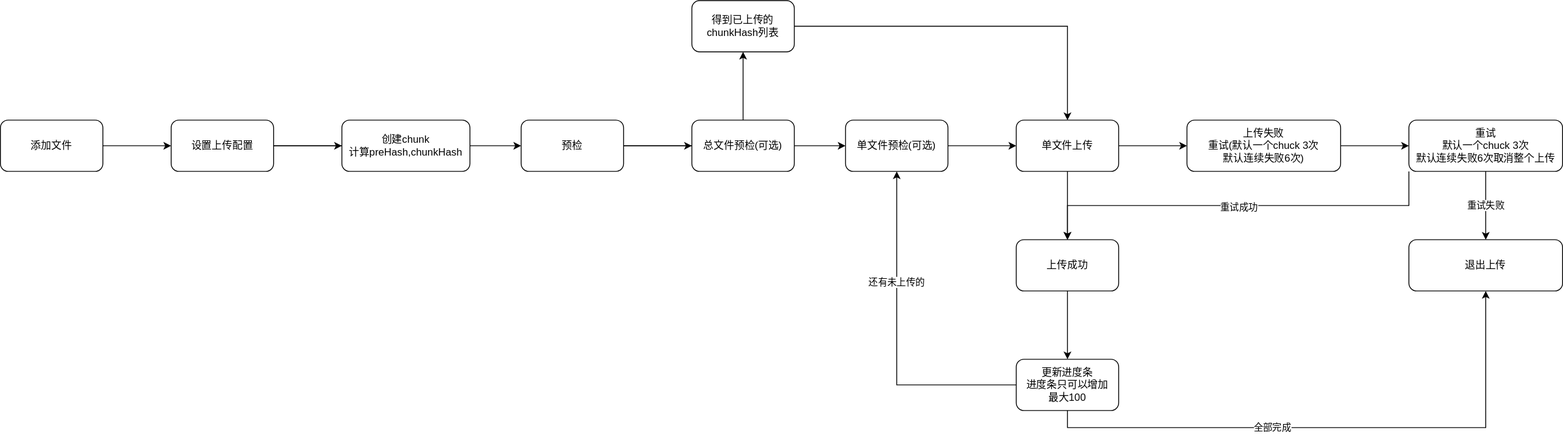
The draw.io diagram 切片上传流程图.drawio.svg in ywenhao/assets, before a commit. Source tidied: cells renumbered, new cells last; positions are measured from the earlier drawing's top-left corner, leaving out a move shared by most shapes. Source of this version:
```xml
<mxGraphModel>
  <root>
    <mxCell id="0" />
    <mxCell id="1" parent="0" />
    <mxCell id="2" style="edgeStyle=orthogonalEdgeStyle;rounded=0;jettySize=auto;html=1;" parent="1" edge="1" source="4" target="5">
      <mxGeometry relative="1" as="geometry" />
    </mxCell>
    <mxCell id="3" style="edgeStyle=orthogonalEdgeStyle;rounded=0;jettySize=auto;html=1;" parent="1" edge="1" source="4" target="8">
      <mxGeometry relative="1" as="geometry" />
    </mxCell>
    <mxCell id="4" value="设置上传配置" style="rounded=1;whiteSpace=wrap;html=1;direction=west;" parent="1" vertex="1">
      <mxGeometry x="200" y="140" width="120" height="60" as="geometry" />
    </mxCell>
    <mxCell id="5" value="创建chunk&lt;br&gt;计算preHash,chunkHash" style="rounded=1;whiteSpace=wrap;html=1;direction=west;" parent="1" vertex="1">
      <mxGeometry x="400" y="140" width="150" height="60" as="geometry" />
    </mxCell>
    <mxCell id="6" style="edgeStyle=orthogonalEdgeStyle;rounded=0;jettySize=auto;html=1;" parent="1" edge="1" source="8" target="10">
      <mxGeometry relative="1" as="geometry">
        <Array as="points">
          <mxPoint x="840" y="170" />
          <mxPoint x="840" y="170" />
        </Array>
      </mxGeometry>
    </mxCell>
    <mxCell id="7" style="edgeStyle=orthogonalEdgeStyle;rounded=0;jettySize=auto;html=1;" parent="1" edge="1" source="8" target="12">
      <mxGeometry relative="1" as="geometry" />
    </mxCell>
    <mxCell id="8" value="预检" style="rounded=1;whiteSpace=wrap;html=1;direction=west;" parent="1" vertex="1">
      <mxGeometry x="610" y="140" width="120" height="60" as="geometry" />
    </mxCell>
    <mxCell id="9" style="edgeStyle=orthogonalEdgeStyle;rounded=0;jettySize=auto;html=1;" parent="1" edge="1" source="10" target="14">
      <mxGeometry relative="1" as="geometry" />
    </mxCell>
    <mxCell id="10" value="总文件预检(可选)" style="rounded=1;whiteSpace=wrap;html=1;direction=west;" parent="1" vertex="1">
      <mxGeometry x="810" y="140" width="120" height="60" as="geometry" />
    </mxCell>
    <mxCell id="11" style="edgeStyle=orthogonalEdgeStyle;rounded=0;jettySize=auto;html=1;" parent="1" edge="1" source="12" target="17">
      <mxGeometry relative="1" as="geometry" />
    </mxCell>
    <mxCell id="12" value="单文件预检(可选)" style="rounded=1;whiteSpace=wrap;html=1;direction=west;" parent="1" vertex="1">
      <mxGeometry x="990" y="140" width="120" height="60" as="geometry" />
    </mxCell>
    <mxCell id="13" style="edgeStyle=orthogonalEdgeStyle;rounded=0;jettySize=auto;html=1;exitX=0;exitY=0.5;exitDx=0;exitDy=0;entryX=0.5;entryY=1;entryDx=0;entryDy=0;" parent="1" edge="1" source="14" target="17">
      <mxGeometry relative="1" as="geometry" />
    </mxCell>
    <mxCell id="14" value="得到已上传的chunkHash列表" style="rounded=1;whiteSpace=wrap;html=1;direction=west;" parent="1" vertex="1">
      <mxGeometry x="810" width="120" height="60" as="geometry" />
    </mxCell>
    <mxCell id="15" style="edgeStyle=orthogonalEdgeStyle;rounded=0;jettySize=auto;html=1;" parent="1" edge="1" source="17" target="19">
      <mxGeometry relative="1" as="geometry" />
    </mxCell>
    <mxCell id="16" style="edgeStyle=orthogonalEdgeStyle;rounded=0;jettySize=auto;html=1;" parent="1" edge="1" source="17" target="25">
      <mxGeometry relative="1" as="geometry" />
    </mxCell>
    <mxCell id="17" value="单文件上传" style="rounded=1;whiteSpace=wrap;html=1;direction=west;" parent="1" vertex="1">
      <mxGeometry x="1190" y="140" width="120" height="60" as="geometry" />
    </mxCell>
    <mxCell id="18" style="edgeStyle=orthogonalEdgeStyle;rounded=0;jettySize=auto;html=1;" parent="1" edge="1" source="19" target="23">
      <mxGeometry relative="1" as="geometry" />
    </mxCell>
    <mxCell id="19" value="上传失败&lt;br&gt;重试(默认一个chuck 3次&lt;br&gt;默认连续失败6次)" style="rounded=1;whiteSpace=wrap;html=1;direction=west;" parent="1" vertex="1">
      <mxGeometry x="1390" y="140" width="180" height="60" as="geometry" />
    </mxCell>
    <mxCell id="20" value="重试失败" style="edgeStyle=orthogonalEdgeStyle;rounded=0;jettySize=auto;html=1;" parent="1" edge="1" source="23" target="26">
      <mxGeometry relative="1" as="geometry" />
    </mxCell>
    <mxCell id="21" style="edgeStyle=orthogonalEdgeStyle;rounded=0;jettySize=auto;html=1;exitX=1;exitY=0;exitDx=0;exitDy=0;" parent="1" edge="1" source="23" target="25">
      <mxGeometry relative="1" as="geometry" />
    </mxCell>
    <mxCell id="22" value="重试成功" style="edgeLabel;html=1;align=center;verticalAlign=middle;" parent="21" vertex="1">
      <mxGeometry x="-0.05" y="1" relative="1" as="geometry">
        <mxPoint x="-13" as="offset" />
      </mxGeometry>
    </mxCell>
    <mxCell id="23" value="重试&lt;br&gt;默认一个chuck 3次&lt;br&gt;默认连续失败6次取消整个上传" style="rounded=1;whiteSpace=wrap;html=1;direction=west;" parent="1" vertex="1">
      <mxGeometry x="1650" y="140" width="180" height="60" as="geometry" />
    </mxCell>
    <mxCell id="24" style="edgeStyle=orthogonalEdgeStyle;rounded=0;jettySize=auto;html=1;" parent="1" edge="1" source="25" target="29">
      <mxGeometry relative="1" as="geometry" />
    </mxCell>
    <mxCell id="25" value="上传成功" style="rounded=1;whiteSpace=wrap;html=1;direction=west;" parent="1" vertex="1">
      <mxGeometry x="1190" y="280" width="120" height="60" as="geometry" />
    </mxCell>
    <mxCell id="26" value="退出上传" style="rounded=1;whiteSpace=wrap;html=1;direction=west;" parent="1" vertex="1">
      <mxGeometry x="1650" y="280" width="180" height="60" as="geometry" />
    </mxCell>
    <mxCell id="27" value="全部完成" style="edgeStyle=orthogonalEdgeStyle;rounded=0;jettySize=auto;html=1;exitX=0.5;exitY=0;exitDx=0;exitDy=0;entryX=0.5;entryY=0;entryDx=0;entryDy=0;" parent="1" edge="1" source="29" target="26">
      <mxGeometry x="-0.22" relative="1" as="geometry" />
    </mxCell>
    <mxCell id="28" value="还有未上传的" style="edgeStyle=orthogonalEdgeStyle;rounded=0;jettySize=auto;html=1;exitX=1;exitY=0.5;exitDx=0;exitDy=0;entryX=0.5;entryY=0;entryDx=0;entryDy=0;" parent="1" edge="1" source="29" target="12">
      <mxGeometry x="0.33" relative="1" as="geometry" />
    </mxCell>
    <mxCell id="29" value="更新进度条&lt;br&gt;进度条只可以增加&lt;br&gt;最大100" style="rounded=1;whiteSpace=wrap;html=1;direction=west;" parent="1" vertex="1">
      <mxGeometry x="1190" y="420" width="120" height="60" as="geometry" />
    </mxCell>
    <mxCell id="30" style="edgeStyle=orthogonalEdgeStyle;rounded=0;jettySize=auto;html=1;exitX=0;exitY=0.5;exitDx=0;exitDy=0;entryX=1;entryY=0.5;entryDx=0;entryDy=0;" parent="1" edge="1" source="31" target="4">
      <mxGeometry relative="1" as="geometry" />
    </mxCell>
    <mxCell id="31" value="添加文件" style="rounded=1;whiteSpace=wrap;html=1;direction=west;" parent="1" vertex="1">
      <mxGeometry y="140" width="120" height="60" as="geometry" />
    </mxCell>
  </root>
</mxGraphModel>
```
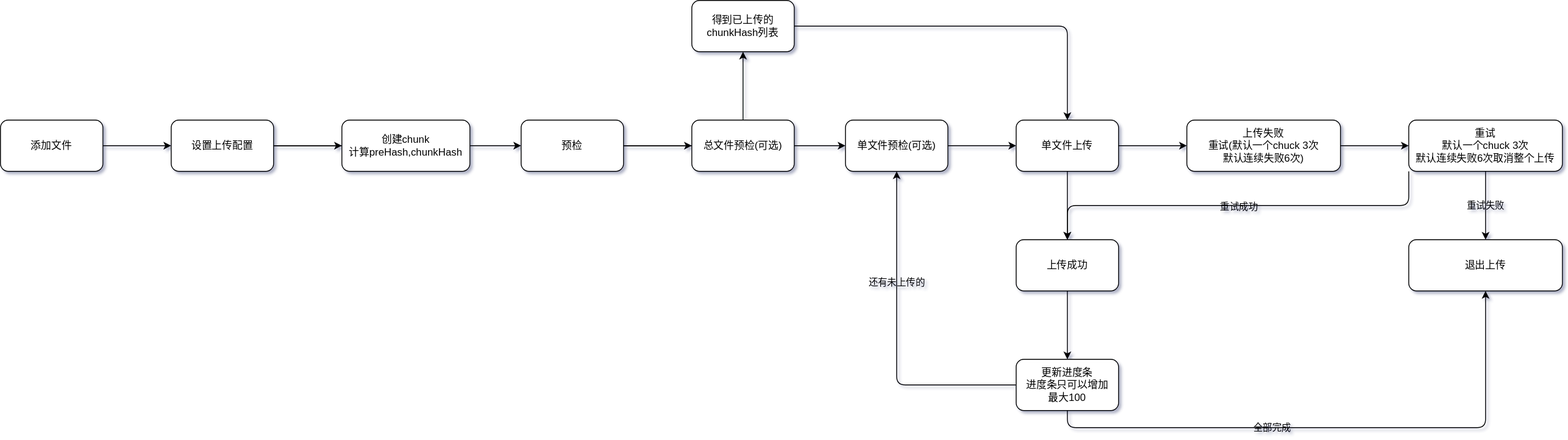
Later version of the same file.

Commit message:
已添加 切片上传流程图.drawio.svg

Diff of the diagram source:
```diff
@@ -1,20 +1,20 @@
-<mxGraphModel>
+<mxGraphModel shadow="1">
   <root>
     <mxCell id="0" />
     <mxCell id="1" parent="0" />
-    <mxCell id="2" style="edgeStyle=orthogonalEdgeStyle;rounded=0;jettySize=auto;html=1;" parent="1" edge="1" source="4" target="5">
+    <mxCell id="2" style="edgeStyle=orthogonalEdgeStyle;rounded=1;jettySize=auto;html=1;labelBackgroundColor=none;fontColor=default;" parent="1" edge="1" source="4" target="5">
       <mxGeometry relative="1" as="geometry" />
     </mxCell>
-    <mxCell id="3" style="edgeStyle=orthogonalEdgeStyle;rounded=0;jettySize=auto;html=1;" parent="1" edge="1" source="4" target="8">
+    <mxCell id="3" style="edgeStyle=orthogonalEdgeStyle;rounded=1;jettySize=auto;html=1;labelBackgroundColor=none;fontColor=default;" parent="1" edge="1" source="4" target="8">
       <mxGeometry relative="1" as="geometry" />
     </mxCell>
-    <mxCell id="4" value="设置上传配置" style="rounded=1;whiteSpace=wrap;html=1;direction=west;" parent="1" vertex="1">
+    <mxCell id="4" value="设置上传配置" style="rounded=1;whiteSpace=wrap;html=1;direction=west;labelBackgroundColor=none;" parent="1" vertex="1">
       <mxGeometry x="200" y="140" width="120" height="60" as="geometry" />
     </mxCell>
-    <mxCell id="5" value="创建chunk&lt;br&gt;计算preHash,chunkHash" style="rounded=1;whiteSpace=wrap;html=1;direction=west;" parent="1" vertex="1">
+    <mxCell id="5" value="创建chunk&lt;br&gt;计算preHash,chunkHash" style="rounded=1;whiteSpace=wrap;html=1;direction=west;labelBackgroundColor=none;" parent="1" vertex="1">
       <mxGeometry x="400" y="140" width="150" height="60" as="geometry" />
     </mxCell>
-    <mxCell id="6" style="edgeStyle=orthogonalEdgeStyle;rounded=0;jettySize=auto;html=1;" parent="1" edge="1" source="8" target="10">
+    <mxCell id="6" style="edgeStyle=orthogonalEdgeStyle;rounded=1;jettySize=auto;html=1;labelBackgroundColor=none;fontColor=default;" parent="1" edge="1" source="8" target="10">
       <mxGeometry relative="1" as="geometry">
         <Array as="points">
           <mxPoint x="840" y="170" />
@@ -22,81 +22,81 @@
         </Array>
       </mxGeometry>
     </mxCell>
-    <mxCell id="7" style="edgeStyle=orthogonalEdgeStyle;rounded=0;jettySize=auto;html=1;" parent="1" edge="1" source="8" target="12">
+    <mxCell id="7" style="edgeStyle=orthogonalEdgeStyle;rounded=1;jettySize=auto;html=1;labelBackgroundColor=none;fontColor=default;" parent="1" edge="1" source="8" target="12">
       <mxGeometry relative="1" as="geometry" />
     </mxCell>
-    <mxCell id="8" value="预检" style="rounded=1;whiteSpace=wrap;html=1;direction=west;" parent="1" vertex="1">
+    <mxCell id="8" value="预检" style="rounded=1;whiteSpace=wrap;html=1;direction=west;labelBackgroundColor=none;" parent="1" vertex="1">
       <mxGeometry x="610" y="140" width="120" height="60" as="geometry" />
     </mxCell>
-    <mxCell id="9" style="edgeStyle=orthogonalEdgeStyle;rounded=0;jettySize=auto;html=1;" parent="1" edge="1" source="10" target="14">
+    <mxCell id="9" style="edgeStyle=orthogonalEdgeStyle;rounded=1;jettySize=auto;html=1;labelBackgroundColor=none;fontColor=default;" parent="1" edge="1" source="10" target="14">
       <mxGeometry relative="1" as="geometry" />
     </mxCell>
-    <mxCell id="10" value="总文件预检(可选)" style="rounded=1;whiteSpace=wrap;html=1;direction=west;" parent="1" vertex="1">
+    <mxCell id="10" value="总文件预检(可选)" style="rounded=1;whiteSpace=wrap;html=1;direction=west;labelBackgroundColor=none;" parent="1" vertex="1">
       <mxGeometry x="810" y="140" width="120" height="60" as="geometry" />
     </mxCell>
-    <mxCell id="11" style="edgeStyle=orthogonalEdgeStyle;rounded=0;jettySize=auto;html=1;" parent="1" edge="1" source="12" target="17">
+    <mxCell id="11" style="edgeStyle=orthogonalEdgeStyle;rounded=1;jettySize=auto;html=1;labelBackgroundColor=none;fontColor=default;" parent="1" edge="1" source="12" target="17">
       <mxGeometry relative="1" as="geometry" />
     </mxCell>
-    <mxCell id="12" value="单文件预检(可选)" style="rounded=1;whiteSpace=wrap;html=1;direction=west;" parent="1" vertex="1">
+    <mxCell id="12" value="单文件预检(可选)" style="rounded=1;whiteSpace=wrap;html=1;direction=west;labelBackgroundColor=none;" parent="1" vertex="1">
       <mxGeometry x="990" y="140" width="120" height="60" as="geometry" />
     </mxCell>
-    <mxCell id="13" style="edgeStyle=orthogonalEdgeStyle;rounded=0;jettySize=auto;html=1;exitX=0;exitY=0.5;exitDx=0;exitDy=0;entryX=0.5;entryY=1;entryDx=0;entryDy=0;" parent="1" edge="1" source="14" target="17">
+    <mxCell id="13" style="edgeStyle=orthogonalEdgeStyle;rounded=1;jettySize=auto;html=1;exitX=0;exitY=0.5;exitDx=0;exitDy=0;entryX=0.5;entryY=1;entryDx=0;entryDy=0;labelBackgroundColor=none;fontColor=default;" parent="1" edge="1" source="14" target="17">
       <mxGeometry relative="1" as="geometry" />
     </mxCell>
-    <mxCell id="14" value="得到已上传的chunkHash列表" style="rounded=1;whiteSpace=wrap;html=1;direction=west;" parent="1" vertex="1">
+    <mxCell id="14" value="得到已上传的chunkHash列表" style="rounded=1;whiteSpace=wrap;html=1;direction=west;labelBackgroundColor=none;" parent="1" vertex="1">
       <mxGeometry x="810" width="120" height="60" as="geometry" />
     </mxCell>
-    <mxCell id="15" style="edgeStyle=orthogonalEdgeStyle;rounded=0;jettySize=auto;html=1;" parent="1" edge="1" source="17" target="19">
+    <mxCell id="15" style="edgeStyle=orthogonalEdgeStyle;rounded=1;jettySize=auto;html=1;labelBackgroundColor=none;fontColor=default;" parent="1" edge="1" source="17" target="19">
       <mxGeometry relative="1" as="geometry" />
     </mxCell>
-    <mxCell id="16" style="edgeStyle=orthogonalEdgeStyle;rounded=0;jettySize=auto;html=1;" parent="1" edge="1" source="17" target="25">
+    <mxCell id="16" style="edgeStyle=orthogonalEdgeStyle;rounded=1;jettySize=auto;html=1;labelBackgroundColor=none;fontColor=default;" parent="1" edge="1" source="17" target="25">
       <mxGeometry relative="1" as="geometry" />
     </mxCell>
-    <mxCell id="17" value="单文件上传" style="rounded=1;whiteSpace=wrap;html=1;direction=west;" parent="1" vertex="1">
+    <mxCell id="17" value="单文件上传" style="rounded=1;whiteSpace=wrap;html=1;direction=west;labelBackgroundColor=none;" parent="1" vertex="1">
       <mxGeometry x="1190" y="140" width="120" height="60" as="geometry" />
     </mxCell>
-    <mxCell id="18" style="edgeStyle=orthogonalEdgeStyle;rounded=0;jettySize=auto;html=1;" parent="1" edge="1" source="19" target="23">
+    <mxCell id="18" style="edgeStyle=orthogonalEdgeStyle;rounded=1;jettySize=auto;html=1;labelBackgroundColor=none;fontColor=default;" parent="1" edge="1" source="19" target="23">
       <mxGeometry relative="1" as="geometry" />
     </mxCell>
-    <mxCell id="19" value="上传失败&lt;br&gt;重试(默认一个chuck 3次&lt;br&gt;默认连续失败6次)" style="rounded=1;whiteSpace=wrap;html=1;direction=west;" parent="1" vertex="1">
+    <mxCell id="19" value="上传失败&lt;br&gt;重试(默认一个chuck 3次&lt;br&gt;默认连续失败6次)" style="rounded=1;whiteSpace=wrap;html=1;direction=west;labelBackgroundColor=none;" parent="1" vertex="1">
       <mxGeometry x="1390" y="140" width="180" height="60" as="geometry" />
     </mxCell>
-    <mxCell id="20" value="重试失败" style="edgeStyle=orthogonalEdgeStyle;rounded=0;jettySize=auto;html=1;" parent="1" edge="1" source="23" target="26">
+    <mxCell id="20" value="重试失败" style="edgeStyle=orthogonalEdgeStyle;rounded=1;jettySize=auto;html=1;labelBackgroundColor=none;fontColor=default;" parent="1" edge="1" source="23" target="26">
       <mxGeometry relative="1" as="geometry" />
     </mxCell>
-    <mxCell id="21" style="edgeStyle=orthogonalEdgeStyle;rounded=0;jettySize=auto;html=1;exitX=1;exitY=0;exitDx=0;exitDy=0;" parent="1" edge="1" source="23" target="25">
+    <mxCell id="21" style="edgeStyle=orthogonalEdgeStyle;rounded=1;jettySize=auto;html=1;exitX=1;exitY=0;exitDx=0;exitDy=0;labelBackgroundColor=none;fontColor=default;" parent="1" edge="1" source="23" target="25">
       <mxGeometry relative="1" as="geometry" />
     </mxCell>
-    <mxCell id="22" value="重试成功" style="edgeLabel;html=1;align=center;verticalAlign=middle;" parent="21" vertex="1">
+    <mxCell id="22" value="重试成功" style="edgeLabel;html=1;align=center;verticalAlign=middle;rounded=1;labelBackgroundColor=none;" parent="21" vertex="1">
       <mxGeometry x="-0.05" y="1" relative="1" as="geometry">
         <mxPoint x="-13" as="offset" />
       </mxGeometry>
     </mxCell>
-    <mxCell id="23" value="重试&lt;br&gt;默认一个chuck 3次&lt;br&gt;默认连续失败6次取消整个上传" style="rounded=1;whiteSpace=wrap;html=1;direction=west;" parent="1" vertex="1">
+    <mxCell id="23" value="重试&lt;br&gt;默认一个chuck 3次&lt;br&gt;默认连续失败6次取消整个上传" style="rounded=1;whiteSpace=wrap;html=1;direction=west;labelBackgroundColor=none;" parent="1" vertex="1">
       <mxGeometry x="1650" y="140" width="180" height="60" as="geometry" />
     </mxCell>
-    <mxCell id="24" style="edgeStyle=orthogonalEdgeStyle;rounded=0;jettySize=auto;html=1;" parent="1" edge="1" source="25" target="29">
+    <mxCell id="24" style="edgeStyle=orthogonalEdgeStyle;rounded=1;jettySize=auto;html=1;labelBackgroundColor=none;fontColor=default;" parent="1" edge="1" source="25" target="29">
       <mxGeometry relative="1" as="geometry" />
     </mxCell>
-    <mxCell id="25" value="上传成功" style="rounded=1;whiteSpace=wrap;html=1;direction=west;" parent="1" vertex="1">
+    <mxCell id="25" value="上传成功" style="rounded=1;whiteSpace=wrap;html=1;direction=west;labelBackgroundColor=none;" parent="1" vertex="1">
       <mxGeometry x="1190" y="280" width="120" height="60" as="geometry" />
     </mxCell>
-    <mxCell id="26" value="退出上传" style="rounded=1;whiteSpace=wrap;html=1;direction=west;" parent="1" vertex="1">
+    <mxCell id="26" value="退出上传" style="rounded=1;whiteSpace=wrap;html=1;direction=west;labelBackgroundColor=none;" parent="1" vertex="1">
       <mxGeometry x="1650" y="280" width="180" height="60" as="geometry" />
     </mxCell>
-    <mxCell id="27" value="全部完成" style="edgeStyle=orthogonalEdgeStyle;rounded=0;jettySize=auto;html=1;exitX=0.5;exitY=0;exitDx=0;exitDy=0;entryX=0.5;entryY=0;entryDx=0;entryDy=0;" parent="1" edge="1" source="29" target="26">
+    <mxCell id="27" value="全部完成" style="edgeStyle=orthogonalEdgeStyle;rounded=1;jettySize=auto;html=1;exitX=0.5;exitY=0;exitDx=0;exitDy=0;entryX=0.5;entryY=0;entryDx=0;entryDy=0;labelBackgroundColor=none;fontColor=default;" parent="1" edge="1" source="29" target="26">
       <mxGeometry x="-0.22" relative="1" as="geometry" />
     </mxCell>
-    <mxCell id="28" value="还有未上传的" style="edgeStyle=orthogonalEdgeStyle;rounded=0;jettySize=auto;html=1;exitX=1;exitY=0.5;exitDx=0;exitDy=0;entryX=0.5;entryY=0;entryDx=0;entryDy=0;" parent="1" edge="1" source="29" target="12">
+    <mxCell id="28" value="还有未上传的" style="edgeStyle=orthogonalEdgeStyle;rounded=1;jettySize=auto;html=1;exitX=1;exitY=0.5;exitDx=0;exitDy=0;entryX=0.5;entryY=0;entryDx=0;entryDy=0;labelBackgroundColor=none;fontColor=default;" parent="1" edge="1" source="29" target="12">
       <mxGeometry x="0.33" relative="1" as="geometry" />
     </mxCell>
-    <mxCell id="29" value="更新进度条&lt;br&gt;进度条只可以增加&lt;br&gt;最大100" style="rounded=1;whiteSpace=wrap;html=1;direction=west;" parent="1" vertex="1">
+    <mxCell id="29" value="更新进度条&lt;br&gt;进度条只可以增加&lt;br&gt;最大100" style="rounded=1;whiteSpace=wrap;html=1;direction=west;labelBackgroundColor=none;" parent="1" vertex="1">
       <mxGeometry x="1190" y="420" width="120" height="60" as="geometry" />
     </mxCell>
-    <mxCell id="30" style="edgeStyle=orthogonalEdgeStyle;rounded=0;jettySize=auto;html=1;exitX=0;exitY=0.5;exitDx=0;exitDy=0;entryX=1;entryY=0.5;entryDx=0;entryDy=0;" parent="1" edge="1" source="31" target="4">
+    <mxCell id="30" style="edgeStyle=orthogonalEdgeStyle;rounded=1;jettySize=auto;html=1;exitX=0;exitY=0.5;exitDx=0;exitDy=0;entryX=1;entryY=0.5;entryDx=0;entryDy=0;labelBackgroundColor=none;fontColor=default;" parent="1" edge="1" source="31" target="4">
       <mxGeometry relative="1" as="geometry" />
     </mxCell>
-    <mxCell id="31" value="添加文件" style="rounded=1;whiteSpace=wrap;html=1;direction=west;" parent="1" vertex="1">
+    <mxCell id="31" value="添加文件" style="rounded=1;whiteSpace=wrap;html=1;direction=west;labelBackgroundColor=none;" parent="1" vertex="1">
       <mxGeometry y="140" width="120" height="60" as="geometry" />
     </mxCell>
   </root>
```
